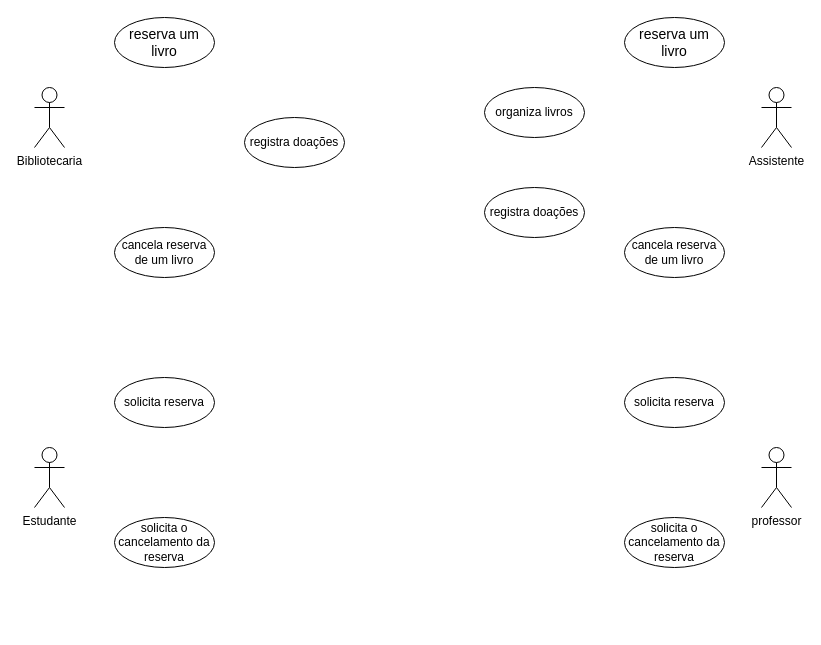
Earlier version of the draw.io diagram Diagrama caso de uso.drawio (KevinSouzaSP/KevinSouzaSP). Source tidied: cells renumbered, new cells numbered last; positions are measured from the earlier drawing's top-left corner, leaving out a move shared by most shapes. Both pictures are drawn from the tidied source at 100%, with x=0, y=0 at pixel (34, 17).
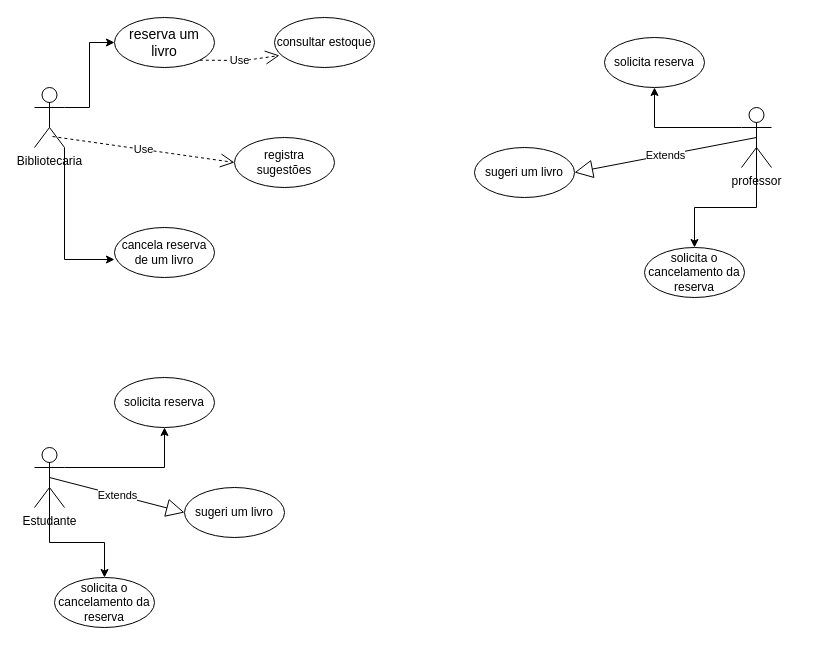
The same page after the edit.

Unchanged cells that the change refers to:
```xml
<mxCell id="2" value="Bibliotecaria" style="shape=umlActor;verticalLabelPosition=bottom;verticalAlign=top;html=1;" parent="1" vertex="1">
  <mxGeometry y="70" width="30" height="60" as="geometry" />
</mxCell>
<mxCell id="3" value="Estudante" style="shape=umlActor;verticalLabelPosition=bottom;verticalAlign=top;html=1;" parent="1" vertex="1">
  <mxGeometry y="430" width="30" height="60" as="geometry" />
</mxCell>
<mxCell id="5" value="&lt;font style=&quot;font-size: 14px&quot;&gt;reserva um livro&lt;/font&gt;" style="ellipse;whiteSpace=wrap;html=1;" parent="1" vertex="1">
  <mxGeometry x="80" width="100" height="50" as="geometry" />
</mxCell>
<mxCell id="6" value="solicita reserva " style="ellipse;whiteSpace=wrap;html=1;" parent="1" vertex="1">
  <mxGeometry x="80" y="360" width="100" height="50" as="geometry" />
</mxCell>
<mxCell id="8" value="cancela reserva de um livro" style="ellipse;whiteSpace=wrap;html=1;" parent="1" vertex="1">
  <mxGeometry x="80" y="210" width="100" height="50" as="geometry" />
</mxCell>
```

Diff of the diagram source:
```diff
@@
+    <mxCell id="17" style="edgeStyle=orthogonalEdgeStyle;rounded=0;jettySize=auto;html=1;exitX=1;exitY=0.3333333333333333;exitDx=0;exitDy=0;exitPerimeter=0;entryX=0;entryY=0.5;entryDx=0;entryDy=0;" parent="1" edge="1" source="2" target="5">
+      <mxGeometry relative="1" as="geometry" />
+    </mxCell>
+    <mxCell id="18" style="edgeStyle=orthogonalEdgeStyle;rounded=0;jettySize=auto;html=1;exitX=1;exitY=1;exitDx=0;exitDy=0;exitPerimeter=0;entryX=0;entryY=0.64;entryDx=0;entryDy=0;entryPerimeter=0;" parent="1" edge="1" source="2" target="8">
+      <mxGeometry relative="1" as="geometry" />
+    </mxCell>
@@
+    <mxCell id="19" style="edgeStyle=orthogonalEdgeStyle;rounded=0;jettySize=auto;html=1;exitX=1;exitY=0.3333333333333333;exitDx=0;exitDy=0;exitPerimeter=0;entryX=0.5;entryY=1;entryDx=0;entryDy=0;" parent="1" edge="1" source="3" target="6">
+      <mxGeometry relative="1" as="geometry" />
+    </mxCell>
+    <mxCell id="20" style="edgeStyle=orthogonalEdgeStyle;rounded=0;jettySize=auto;html=1;exitX=0.5;exitY=0.5;exitDx=0;exitDy=0;exitPerimeter=0;entryX=0.5;entryY=0;entryDx=0;entryDy=0;" parent="1" edge="1" source="3" target="11">
+      <mxGeometry relative="1" as="geometry" />
+    </mxCell>
@@
-    <mxCell id="4" value="Assistente" style="shape=umlActor;verticalLabelPosition=bottom;verticalAlign=top;html=1;" parent="1" vertex="1">
-      <mxGeometry x="727" y="70" width="30" height="60" as="geometry" />
-    </mxCell>
@@
-    <mxCell id="7" value="registra doações" style="ellipse;whiteSpace=wrap;html=1;" parent="1" vertex="1">
-      <mxGeometry x="210" y="100" width="100" height="50" as="geometry" />
-    </mxCell>
@@
-    <mxCell id="9" value="organiza livros" style="ellipse;whiteSpace=wrap;html=1;" parent="1" vertex="1">
-      <mxGeometry x="450" y="70" width="100" height="50" as="geometry" />
-    </mxCell>
+    <mxCell id="21" style="edgeStyle=orthogonalEdgeStyle;rounded=0;jettySize=auto;html=1;exitX=0;exitY=0.3333333333333333;exitDx=0;exitDy=0;exitPerimeter=0;entryX=0.5;entryY=1;entryDx=0;entryDy=0;" parent="1" edge="1" source="10" target="15">
+      <mxGeometry relative="1" as="geometry" />
+    </mxCell>
+    <mxCell id="22" style="edgeStyle=orthogonalEdgeStyle;rounded=0;jettySize=auto;html=1;exitX=0.5;exitY=0.5;exitDx=0;exitDy=0;exitPerimeter=0;entryX=0.5;entryY=0;entryDx=0;entryDy=0;" parent="1" edge="1" source="10" target="16">
+      <mxGeometry relative="1" as="geometry" />
+    </mxCell>
     <mxCell id="10" value="professor" style="shape=umlActor;verticalLabelPosition=bottom;verticalAlign=top;html=1;" parent="1" vertex="1">
-      <mxGeometry x="727" y="430" width="30" height="60" as="geometry" />
+      <mxGeometry x="707" y="90" width="30" height="60" as="geometry" />
     </mxCell>
     <mxCell id="11" value="solicita o cancelamento da reserva" style="ellipse;whiteSpace=wrap;html=1;" parent="1" vertex="1">
-      <mxGeometry x="80" y="500" width="100" height="50" as="geometry" />
+      <mxGeometry x="20" y="560" width="100" height="50" as="geometry" />
     </mxCell>
-    <mxCell id="12" value="&lt;font style=&quot;font-size: 14px&quot;&gt;reserva um livro&lt;/font&gt;" style="ellipse;whiteSpace=wrap;html=1;" parent="1" vertex="1">
-      <mxGeometry x="590" width="100" height="50" as="geometry" />
-    </mxCell>
-    <mxCell id="13" value="registra doações" style="ellipse;whiteSpace=wrap;html=1;" parent="1" vertex="1">
-      <mxGeometry x="450" y="170" width="100" height="50" as="geometry" />
-    </mxCell>
-    <mxCell id="14" value="cancela reserva de um livro" style="ellipse;whiteSpace=wrap;html=1;" parent="1" vertex="1">
-      <mxGeometry x="590" y="210" width="100" height="50" as="geometry" />
-    </mxCell>
     <mxCell id="15" value="solicita reserva " style="ellipse;whiteSpace=wrap;html=1;" parent="1" vertex="1">
-      <mxGeometry x="590" y="360" width="100" height="50" as="geometry" />
+      <mxGeometry x="570" y="20" width="100" height="50" as="geometry" />
     </mxCell>
     <mxCell id="16" value="solicita o cancelamento da reserva" style="ellipse;whiteSpace=wrap;html=1;" parent="1" vertex="1">
-      <mxGeometry x="590" y="500" width="100" height="50" as="geometry" />
+      <mxGeometry x="610" y="230" width="100" height="50" as="geometry" />
     </mxCell>
+    <mxCell id="23" value="sugeri um livro" style="ellipse;whiteSpace=wrap;html=1;" parent="1" vertex="1">
+      <mxGeometry x="440" y="130" width="100" height="50" as="geometry" />
+    </mxCell>
+    <mxCell id="24" value="sugeri um livro" style="ellipse;whiteSpace=wrap;html=1;" parent="1" vertex="1">
+      <mxGeometry x="150" y="470" width="100" height="50" as="geometry" />
+    </mxCell>
+    <mxCell id="25" value="Extends" style="endArrow=block;endSize=16;endFill=0;html=1;exitX=0.5;exitY=0.5;exitDx=0;exitDy=0;exitPerimeter=0;entryX=0;entryY=0.5;entryDx=0;entryDy=0;" parent="1" edge="1" source="3" target="24">
+      <mxGeometry relative="1" as="geometry" />
+    </mxCell>
+    <mxCell id="26" value="Extends" style="endArrow=block;endSize=16;endFill=0;html=1;exitX=0.5;exitY=0.5;exitDx=0;exitDy=0;exitPerimeter=0;entryX=1;entryY=0.5;entryDx=0;entryDy=0;" parent="1" edge="1" source="10" target="23">
+      <mxGeometry relative="1" as="geometry" />
+    </mxCell>
+    <mxCell id="27" value="registra sugestões" style="ellipse;whiteSpace=wrap;html=1;" parent="1" vertex="1">
+      <mxGeometry x="200" y="120" width="100" height="50" as="geometry" />
+    </mxCell>
+    <mxCell id="28" value="Use" style="endArrow=open;endSize=12;dashed=1;html=1;exitX=0.6;exitY=0.817;exitDx=0;exitDy=0;exitPerimeter=0;entryX=0;entryY=0.5;entryDx=0;entryDy=0;" parent="1" edge="1" source="2" target="27">
+      <mxGeometry relative="1" as="geometry" />
+    </mxCell>
+    <mxCell id="29" value="consultar estoque" style="ellipse;whiteSpace=wrap;html=1;" parent="1" vertex="1">
+      <mxGeometry x="240" width="100" height="50" as="geometry" />
+    </mxCell>
+    <mxCell id="30" value="Use" style="endArrow=open;endSize=12;dashed=1;html=1;exitX=1;exitY=1;exitDx=0;exitDy=0;entryX=0.05;entryY=0.76;entryDx=0;entryDy=0;entryPerimeter=0;" parent="1" edge="1" source="5" target="29">
+      <mxGeometry relative="1" as="geometry">
+        <Array as="points">
+          <mxPoint x="210" y="43" />
+        </Array>
+      </mxGeometry>
+    </mxCell>
```
